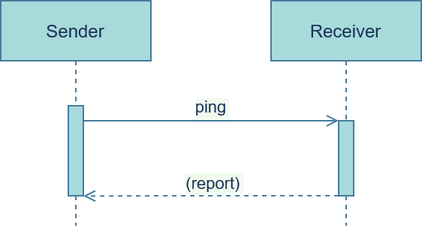
Earlier version of the draw.io export docs/DID Communications Research and Specification/img/trust-ping.png (iotaledger/identity.rs). Source tidied: cells renumbered, new cells last; positions are measured from the earlier drawing's top-left corner, leaving out a move shared by most shapes.
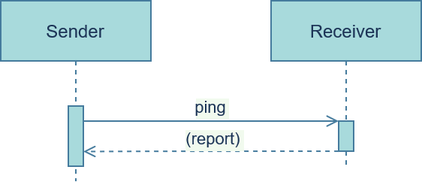
After the change.

The edit, as a diff of the source:
```diff
@@ -3,24 +3,26 @@
     <mxCell id="0" />
     <mxCell id="1" parent="0" />
     <mxCell id="2" value="Sender" style="shape=umlLifeline;perimeter=lifelinePerimeter;rounded=0;shadow=0;strokeWidth=1;fillColor=#A8DADC;strokeColor=#457B9D;fontColor=#1D3557;" parent="1" vertex="1">
-      <mxGeometry width="100" height="150" as="geometry" />
+      <mxGeometry width="100" height="120" as="geometry" />
     </mxCell>
     <mxCell id="3" style="points=[];perimeter=orthogonalPerimeter;rounded=0;shadow=0;strokeWidth=1;fillColor=#A8DADC;strokeColor=#457B9D;fontColor=#1D3557;" parent="2" vertex="1">
-      <mxGeometry x="45" y="70" width="10" height="60" as="geometry" />
+      <mxGeometry x="45" y="70" width="10" height="40" as="geometry" />
     </mxCell>
     <mxCell id="4" value="Receiver" style="shape=umlLifeline;perimeter=lifelinePerimeter;rounded=0;shadow=0;strokeWidth=1;fillColor=#A8DADC;strokeColor=#457B9D;fontColor=#1D3557;" parent="1" vertex="1">
-      <mxGeometry x="180" width="100" height="150" as="geometry" />
+      <mxGeometry x="180" width="100" height="110" as="geometry" />
     </mxCell>
     <mxCell id="5" style="points=[];perimeter=orthogonalPerimeter;rounded=0;shadow=0;strokeWidth=1;fillColor=#A8DADC;strokeColor=#457B9D;fontColor=#1D3557;" parent="4" vertex="1">
-      <mxGeometry x="45" y="80" width="10" height="50" as="geometry" />
+      <mxGeometry x="45" y="80" width="10" height="20" as="geometry" />
     </mxCell>
     <mxCell id="6" value="ping" style="verticalAlign=bottom;endArrow=open;entryX=0;entryY=0;shadow=0;strokeWidth=1;endFill=0;labelBackgroundColor=#F1FAEE;strokeColor=#457B9D;fontColor=#1D3557;" parent="1" edge="1" source="3" target="5">
       <mxGeometry relative="1" as="geometry" />
     </mxCell>
-    <mxCell id="7" value="(report)" style="verticalAlign=bottom;endArrow=open;shadow=0;strokeWidth=1;endFill=0;dashed=1;exitX=0.002;exitY=0.999;exitDx=0;exitDy=0;exitPerimeter=0;entryX=0.997;entryY=1.003;entryDx=0;entryDy=0;entryPerimeter=0;labelBackgroundColor=#F1FAEE;strokeColor=#457B9D;fontColor=#1D3557;" parent="1" edge="1" source="5" target="3">
+    <mxCell id="7" value="(report)" style="verticalAlign=bottom;endArrow=open;shadow=0;strokeWidth=1;endFill=0;dashed=1;exitX=0.002;exitY=0.999;exitDx=0;exitDy=0;exitPerimeter=0;entryX=0.997;entryY=1.003;entryDx=0;entryDy=0;entryPerimeter=0;labelBackgroundColor=#F1FAEE;strokeColor=#457B9D;fontColor=#1D3557;" parent="1" edge="1">
       <mxGeometry x="-0.02" y="1" relative="1" as="geometry">
+        <mxPoint x="225" y="100" as="sourcePoint" />
+        <mxPoint x="55" y="100.2" as="targetPoint" />
         <Array as="points">
-          <mxPoint x="110" y="130" />
+          <mxPoint x="110" y="100.1" />
         </Array>
       </mxGeometry>
     </mxCell>
```
